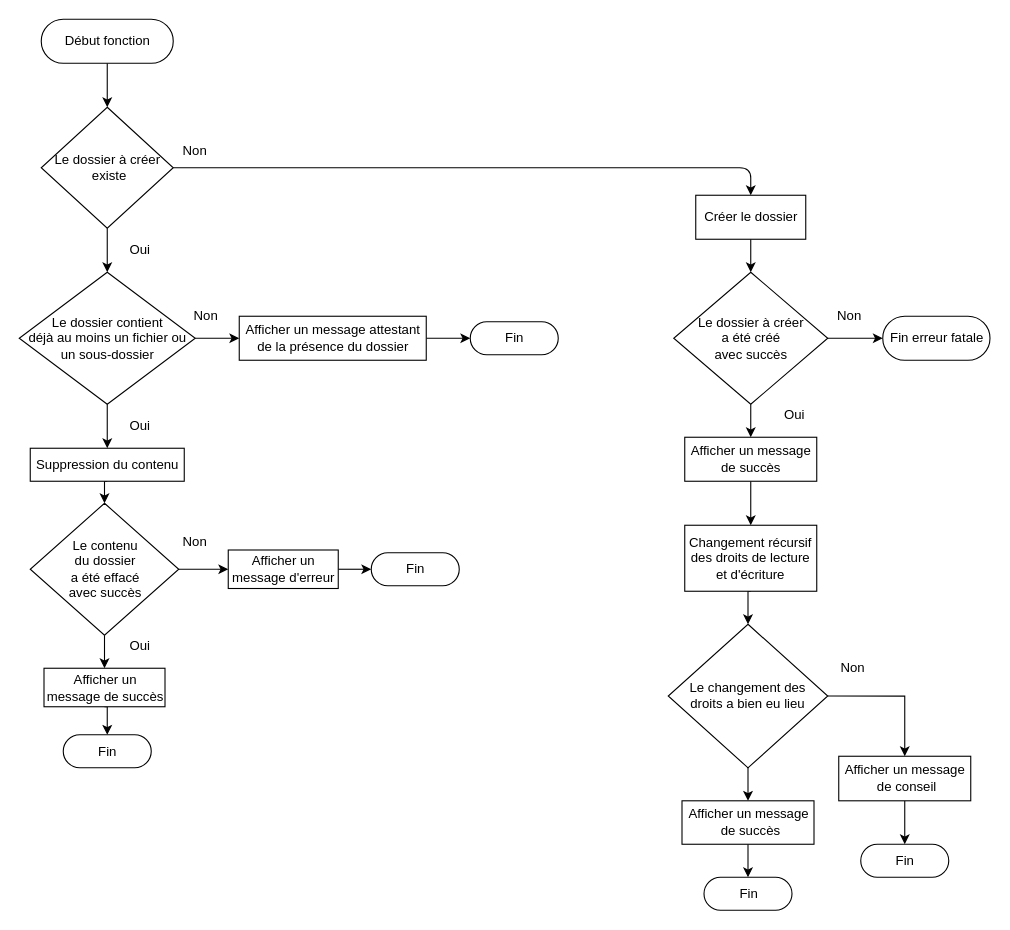
This is Graphiques/Fonctions/makedir.drawio from DimitriObeid/Linux-reinstall, a draw.io file, before an edit. Source tidied: cells renumbered, new cells numbered last; positions are measured from the earlier drawing's top-left corner, leaving out a move shared by most shapes. Both pictures are drawn from the tidied source at 110%, with x=0, y=0 at pixel (19, 19).
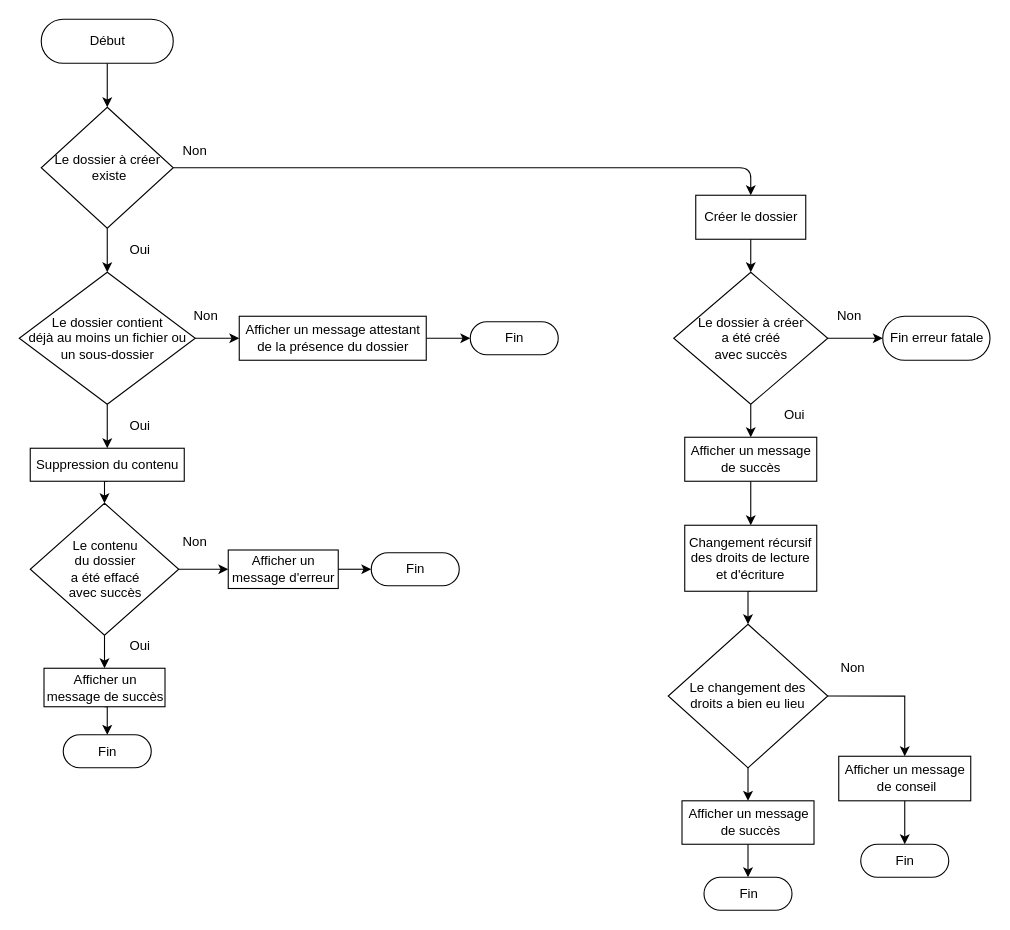
The same page after the edit.

The edit, as a diff of the source:
```diff
@@
-    <mxCell id="5" value="Début fonction" style="html=1;dashed=0;whitespace=wrap;shape=mxgraph.dfd.start;" parent="1" vertex="1">
+    <mxCell id="5" value="Début" style="html=1;dashed=0;whitespace=wrap;shape=mxgraph.dfd.start;" parent="1" vertex="1">
       <mxGeometry x="20" width="120" height="40" as="geometry" />
     </mxCell>
```
